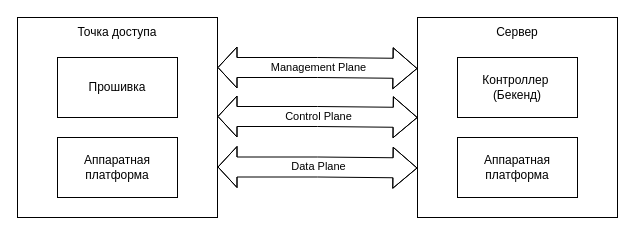
DanilBorchevkin/repo_drawio keeps this draw.io diagram as wimark_overview.drawio. Above is the earlier version. Source tidied: cells renumbered, new cells numbered last; positions are measured from the earlier drawing's top-left corner, leaving out a move shared by most shapes. Both pictures are drawn from the tidied source at 100%, with x=0, y=0 at pixel (17, 17).
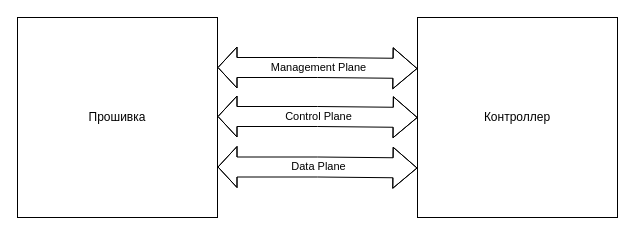
The same diagram, later.

What changed in the source:
```diff
@@
-    <mxCell id="3" value="Точка доступа" style="text;html=1;align=center;verticalAlign=middle;whiteSpace=wrap;rounded=0;" parent="1" vertex="1">
-      <mxGeometry x="40" width="120" height="30" as="geometry" />
+    <mxCell id="3" value="Прошивка" style="text;html=1;align=center;verticalAlign=middle;whiteSpace=wrap;rounded=0;" parent="1" vertex="1">
+      <mxGeometry x="40" y="85" width="120" height="30" as="geometry" />
     </mxCell>
-    <mxCell id="4" value="Прошивка" style="rounded=0;whiteSpace=wrap;html=1;" parent="1" vertex="1">
-      <mxGeometry x="40" y="40" width="120" height="60" as="geometry" />
-    </mxCell>
-    <mxCell id="5" value="Аппаратная платформа" style="rounded=0;whiteSpace=wrap;html=1;" parent="1" vertex="1">
-      <mxGeometry x="40" y="120" width="120" height="60" as="geometry" />
-    </mxCell>
@@
-    <mxCell id="9" value="Сервер" style="text;html=1;align=center;verticalAlign=middle;whiteSpace=wrap;rounded=0;" parent="1" vertex="1">
-      <mxGeometry x="440" width="120" height="30" as="geometry" />
-    </mxCell>
-    <mxCell id="10" value="Контроллер&amp;nbsp;&lt;div&gt;(Бекенд)&lt;/div&gt;" style="rounded=0;whiteSpace=wrap;html=1;" parent="1" vertex="1">
-      <mxGeometry x="440" y="40" width="120" height="60" as="geometry" />
-    </mxCell>
-    <mxCell id="11" value="Аппаратная платформа" style="rounded=0;whiteSpace=wrap;html=1;" parent="1" vertex="1">
-      <mxGeometry x="440" y="120" width="120" height="60" as="geometry" />
-    </mxCell>
@@
+    <mxCell id="16" value="Контроллер" style="text;html=1;align=center;verticalAlign=middle;whiteSpace=wrap;rounded=0;" parent="1" vertex="1">
+      <mxGeometry x="440" y="85" width="120" height="30" as="geometry" />
+    </mxCell>
```
